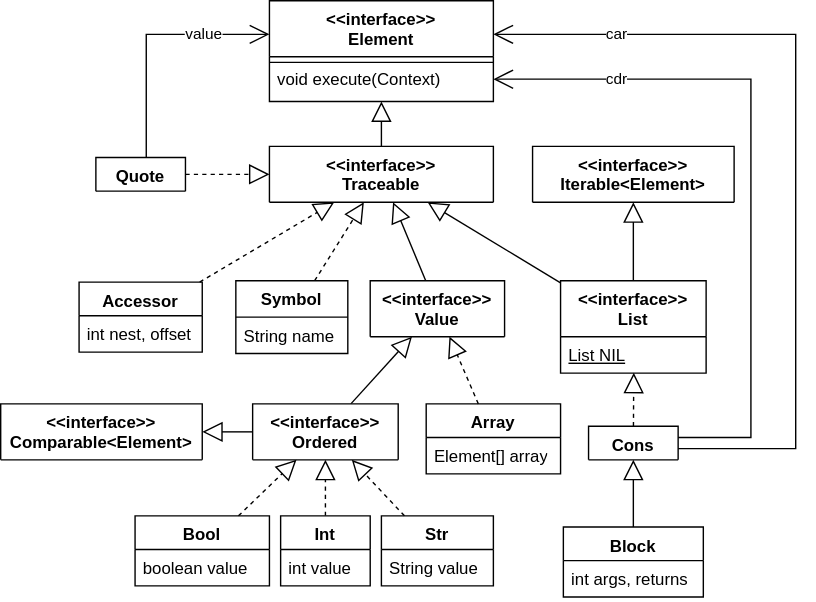
Above: doc/qstack-クラス図.drawio.svg in saka1029/qstack (draw.io), before the change. Source tidied: cells renumbered, new cells last; positions are measured from the earlier drawing's top-left corner, leaving out a move shared by most shapes. Its diagram source:
```xml
<mxGraphModel>
  <root>
    <mxCell id="0" />
    <mxCell id="1" parent="0" />
    <mxCell id="2" value="&lt;&lt;interface&gt;&gt;&#10;Element" style="swimlane;fontStyle=1;align=center;verticalAlign=top;horizontal=1;startSize=40;rounded=0;shadow=0;strokeWidth=1;" parent="1" vertex="1">
      <mxGeometry x="192" width="160" height="72" as="geometry" />
    </mxCell>
    <mxCell id="3" style="line;html=1;strokeWidth=1;align=left;verticalAlign=middle;spacingTop=-1;spacingLeft=3;spacingRight=3;labelPosition=right;" parent="2" vertex="1">
      <mxGeometry y="40" width="160" height="8" as="geometry" />
    </mxCell>
    <mxCell id="4" value="void execute(Context)" style="text;align=left;verticalAlign=middle;spacingLeft=4;spacingRight=4;overflow=hidden;" parent="2" vertex="1">
      <mxGeometry y="48" width="160" height="16" as="geometry" />
    </mxCell>
    <mxCell id="5" value="&lt;&lt;interface&gt;&gt;&#10;Traceable" style="swimlane;fontStyle=1;align=center;verticalAlign=top;horizontal=1;startSize=40;rounded=0;shadow=0;strokeWidth=1;" parent="1" vertex="1">
      <mxGeometry x="192" y="104" width="160" height="40" as="geometry" />
    </mxCell>
    <mxCell id="6" style="endArrow=block;endSize=12;endFill=0;html=1;rounded=0;" parent="1" edge="1" source="5" target="2">
      <mxGeometry x="-1" y="-11" relative="1" as="geometry">
        <mxPoint x="-4" y="6" as="offset" />
      </mxGeometry>
    </mxCell>
    <mxCell id="7" value="&amp;lt;&amp;lt;interface&amp;gt;&amp;gt;&lt;br&gt;Value" style="swimlane;fontStyle=1;align=center;verticalAlign=top;horizontal=1;startSize=48;whiteSpace=wrap;html=1;" parent="1" vertex="1">
      <mxGeometry x="264" y="200" width="96" height="40" as="geometry" />
    </mxCell>
    <mxCell id="8" value="Symbol" style="swimlane;fontStyle=1;align=center;verticalAlign=top;horizontal=1;startSize=26;whiteSpace=wrap;html=1;" parent="1" vertex="1">
      <mxGeometry x="168" y="200" width="80" height="52" as="geometry" />
    </mxCell>
    <mxCell id="9" value="String name" style="text;strokeColor=none;fillColor=none;align=left;verticalAlign=top;spacingLeft=4;spacingRight=4;overflow=hidden;whiteSpace=wrap;html=1;" parent="8" vertex="1">
      <mxGeometry y="26" width="80" height="26" as="geometry" />
    </mxCell>
    <mxCell id="10" style="endArrow=block;dashed=1;endFill=0;endSize=12;html=1;rounded=0;" parent="1" edge="1" source="8" target="5">
      <mxGeometry relative="1" as="geometry" />
    </mxCell>
    <mxCell id="11" value="Quote" style="swimlane;fontStyle=1;align=center;verticalAlign=top;horizontal=1;startSize=34;whiteSpace=wrap;html=1;" parent="1" vertex="1">
      <mxGeometry x="68" y="112" width="64" height="24" as="geometry" />
    </mxCell>
    <mxCell id="12" value="Array" style="swimlane;fontStyle=1;align=center;verticalAlign=top;horizontal=1;startSize=24;whiteSpace=wrap;html=1;" parent="1" vertex="1">
      <mxGeometry x="304" y="288" width="96" height="50" as="geometry" />
    </mxCell>
    <mxCell id="13" value="Element[] array" style="text;strokeColor=none;fillColor=none;align=left;verticalAlign=top;spacingLeft=4;spacingRight=4;overflow=hidden;whiteSpace=wrap;html=1;" parent="12" vertex="1">
      <mxGeometry y="24" width="96" height="26" as="geometry" />
    </mxCell>
    <mxCell id="14" value="Bool" style="swimlane;fontStyle=1;align=center;verticalAlign=top;horizontal=1;startSize=24;whiteSpace=wrap;html=1;" parent="1" vertex="1">
      <mxGeometry x="96" y="368" width="96" height="50" as="geometry" />
    </mxCell>
    <mxCell id="15" value="boolean value" style="text;strokeColor=none;fillColor=none;align=left;verticalAlign=top;spacingLeft=4;spacingRight=4;overflow=hidden;whiteSpace=wrap;html=1;" parent="14" vertex="1">
      <mxGeometry y="24" width="96" height="26" as="geometry" />
    </mxCell>
    <mxCell id="16" style="endArrow=block;endSize=12;endFill=0;html=1;rounded=0;" parent="1" edge="1" source="17" target="7">
      <mxGeometry x="-1" y="-11" relative="1" as="geometry">
        <mxPoint x="-4" y="6" as="offset" />
      </mxGeometry>
    </mxCell>
    <mxCell id="17" value="&lt;&lt;interface&gt;&gt;&#10;Ordered" style="swimlane;fontStyle=1;align=center;verticalAlign=top;horizontal=1;startSize=40;rounded=0;shadow=0;strokeWidth=1;" parent="1" vertex="1">
      <mxGeometry x="180" y="288" width="104" height="40" as="geometry" />
    </mxCell>
    <mxCell id="18" style="endArrow=block;dashed=1;endFill=0;endSize=12;html=1;rounded=0;" parent="1" edge="1" source="19" target="17">
      <mxGeometry relative="1" as="geometry" />
    </mxCell>
    <mxCell id="19" value="Int" style="swimlane;fontStyle=1;align=center;verticalAlign=top;horizontal=1;startSize=24;whiteSpace=wrap;html=1;" parent="1" vertex="1">
      <mxGeometry x="200" y="368" width="64" height="50" as="geometry" />
    </mxCell>
    <mxCell id="20" value="int value" style="text;strokeColor=none;fillColor=none;align=left;verticalAlign=top;spacingLeft=4;spacingRight=4;overflow=hidden;whiteSpace=wrap;html=1;" parent="19" vertex="1">
      <mxGeometry y="24" width="64" height="26" as="geometry" />
    </mxCell>
    <mxCell id="21" value="Str" style="swimlane;fontStyle=1;align=center;verticalAlign=top;horizontal=1;startSize=24;whiteSpace=wrap;html=1;" parent="1" vertex="1">
      <mxGeometry x="272" y="368" width="80" height="50" as="geometry" />
    </mxCell>
    <mxCell id="22" value="String value" style="text;strokeColor=none;fillColor=none;align=left;verticalAlign=top;spacingLeft=4;spacingRight=4;overflow=hidden;whiteSpace=wrap;html=1;" parent="21" vertex="1">
      <mxGeometry y="24" width="80" height="26" as="geometry" />
    </mxCell>
    <mxCell id="23" style="endArrow=block;endSize=12;endFill=0;html=1;rounded=0;" parent="1" edge="1" source="7" target="5">
      <mxGeometry x="-1" y="-11" relative="1" as="geometry">
        <mxPoint x="-4" y="6" as="offset" />
      </mxGeometry>
    </mxCell>
    <mxCell id="24" style="endArrow=block;dashed=1;endFill=0;endSize=12;html=1;rounded=0;" parent="1" edge="1" source="12" target="7">
      <mxGeometry relative="1" as="geometry" />
    </mxCell>
    <mxCell id="25" style="endArrow=block;dashed=1;endFill=0;endSize=12;html=1;rounded=0;" parent="1" edge="1" source="11" target="5">
      <mxGeometry relative="1" as="geometry" />
    </mxCell>
    <mxCell id="26" style="endArrow=block;dashed=1;endFill=0;endSize=12;html=1;rounded=0;" parent="1" edge="1" source="14" target="17">
      <mxGeometry relative="1" as="geometry" />
    </mxCell>
    <mxCell id="27" style="endArrow=block;dashed=1;endFill=0;endSize=12;html=1;rounded=0;" parent="1" edge="1" source="21" target="17">
      <mxGeometry relative="1" as="geometry" />
    </mxCell>
    <mxCell id="28" value="value" style="endArrow=open;html=1;endSize=12;startArrow=none;startSize=14;startFill=0;edgeStyle=orthogonalEdgeStyle;rounded=0;" parent="1" edge="1" source="11" target="2">
      <mxGeometry x="0.46" relative="1" as="geometry">
        <Array as="points">
          <mxPoint x="104" y="24" />
        </Array>
      </mxGeometry>
    </mxCell>
    <mxCell id="29" value="&lt;&lt;interface&gt;&gt;&#10;List" style="swimlane;fontStyle=1;align=center;verticalAlign=top;horizontal=1;startSize=40;rounded=0;shadow=0;strokeWidth=1;" parent="1" vertex="1">
      <mxGeometry x="400" y="200" width="104" height="66" as="geometry" />
    </mxCell>
    <mxCell id="30" value="&lt;u&gt;List NIL&lt;/u&gt;" style="text;strokeColor=none;fillColor=none;align=left;verticalAlign=top;spacingLeft=4;spacingRight=4;overflow=hidden;points=[[0,0.5],[1,0.5]];portConstraint=eastwest;whiteSpace=wrap;html=1;" parent="29" vertex="1">
      <mxGeometry y="40" width="104" height="26" as="geometry" />
    </mxCell>
    <mxCell id="31" style="endArrow=block;endSize=12;endFill=0;html=1;rounded=0;" parent="1" edge="1" source="29" target="5">
      <mxGeometry x="-1" y="-11" relative="1" as="geometry">
        <mxPoint x="-4" y="6" as="offset" />
      </mxGeometry>
    </mxCell>
    <mxCell id="32" value="Cons" style="swimlane;fontStyle=1;align=center;verticalAlign=top;horizontal=1;startSize=34;whiteSpace=wrap;html=1;" parent="1" vertex="1">
      <mxGeometry x="420" y="304" width="64" height="24" as="geometry" />
    </mxCell>
    <mxCell id="33" style="endArrow=block;dashed=1;endFill=0;endSize=12;html=1;rounded=0;entryX=0.503;entryY=0.994;entryDx=0;entryDy=0;entryPerimeter=0;" parent="1" edge="1" source="32" target="30">
      <mxGeometry relative="1" as="geometry" />
    </mxCell>
    <mxCell id="34" value="cdr" style="endArrow=open;html=1;endSize=12;startArrow=none;startSize=14;startFill=0;edgeStyle=orthogonalEdgeStyle;rounded=0;" parent="1" edge="1" source="32" target="2">
      <mxGeometry x="0.64" relative="1" as="geometry">
        <Array as="points">
          <mxPoint x="536" y="312" />
          <mxPoint x="536" y="56" />
        </Array>
      </mxGeometry>
    </mxCell>
    <mxCell id="35" value="car" style="endArrow=open;html=1;endSize=12;startArrow=none;startSize=14;startFill=0;edgeStyle=orthogonalEdgeStyle;rounded=0;" parent="1" edge="1" source="32" target="2">
      <mxGeometry x="0.7" relative="1" as="geometry">
        <Array as="points">
          <mxPoint x="568" y="320" />
          <mxPoint x="568" y="24" />
        </Array>
      </mxGeometry>
    </mxCell>
    <mxCell id="36" value="Block" style="swimlane;fontStyle=1;align=center;verticalAlign=top;horizontal=1;startSize=24;whiteSpace=wrap;html=1;" parent="1" vertex="1">
      <mxGeometry x="402" y="376" width="100" height="50" as="geometry" />
    </mxCell>
    <mxCell id="37" value="int args, returns" style="text;strokeColor=none;fillColor=none;align=left;verticalAlign=top;spacingLeft=4;spacingRight=4;overflow=hidden;whiteSpace=wrap;html=1;" parent="36" vertex="1">
      <mxGeometry y="24" width="100" height="26" as="geometry" />
    </mxCell>
    <mxCell id="38" style="endArrow=block;endSize=12;endFill=0;html=1;rounded=0;" parent="1" edge="1" source="36" target="32">
      <mxGeometry x="-1" y="-11" relative="1" as="geometry">
        <mxPoint x="-4" y="6" as="offset" />
      </mxGeometry>
    </mxCell>
    <mxCell id="39" value="&lt;&lt;interface&gt;&gt;&#10;Iterable&lt;Element&gt;" style="swimlane;fontStyle=1;align=center;verticalAlign=top;horizontal=1;startSize=40;rounded=0;shadow=0;strokeWidth=1;" parent="1" vertex="1">
      <mxGeometry x="380" y="104" width="144" height="40" as="geometry" />
    </mxCell>
    <mxCell id="40" style="endArrow=block;endSize=12;endFill=0;html=1;rounded=0;" parent="1" edge="1" source="29" target="39">
      <mxGeometry x="-1" y="-11" relative="1" as="geometry">
        <mxPoint x="-4" y="6" as="offset" />
      </mxGeometry>
    </mxCell>
    <mxCell id="41" value="&lt;&lt;interface&gt;&gt;&#10;Comparable&lt;Element&gt;" style="swimlane;fontStyle=1;align=center;verticalAlign=top;horizontal=1;startSize=40;rounded=0;shadow=0;strokeWidth=1;" parent="1" vertex="1">
      <mxGeometry y="288" width="144" height="40" as="geometry" />
    </mxCell>
    <mxCell id="42" style="endArrow=block;endSize=12;endFill=0;html=1;rounded=0;entryX=1;entryY=0.5;entryDx=0;entryDy=0;" parent="1" edge="1" source="17" target="41">
      <mxGeometry x="-1" y="-11" relative="1" as="geometry">
        <mxPoint x="-4" y="6" as="offset" />
      </mxGeometry>
    </mxCell>
    <mxCell id="43" value="Accessor" style="swimlane;fontStyle=1;align=center;verticalAlign=top;horizontal=1;startSize=24;whiteSpace=wrap;html=1;" parent="1" vertex="1">
      <mxGeometry x="56" y="201" width="88" height="50" as="geometry" />
    </mxCell>
    <mxCell id="44" value="int nest, offset" style="text;strokeColor=none;fillColor=none;align=left;verticalAlign=top;spacingLeft=4;spacingRight=4;overflow=hidden;whiteSpace=wrap;html=1;" parent="43" vertex="1">
      <mxGeometry y="24" width="88" height="26" as="geometry" />
    </mxCell>
    <mxCell id="45" style="endArrow=block;dashed=1;endFill=0;endSize=12;html=1;rounded=0;" parent="1" edge="1" source="43" target="5">
      <mxGeometry relative="1" as="geometry" />
    </mxCell>
  </root>
</mxGraphModel>
```
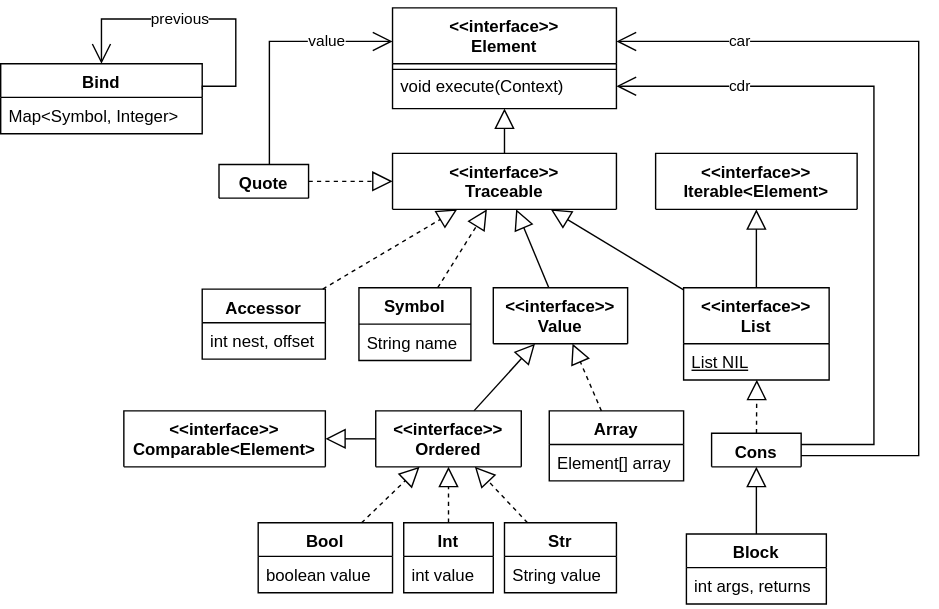
The same diagram one commit later.

The edit, as a diff of the source:
```diff
@@ -162,5 +162,21 @@
     <mxCell id="45" style="endArrow=block;dashed=1;endFill=0;endSize=12;html=1;rounded=0;" parent="1" edge="1" source="43" target="5">
       <mxGeometry relative="1" as="geometry" />
     </mxCell>
+    <mxCell id="46" value="Bind" style="swimlane;fontStyle=1;align=center;verticalAlign=top;horizontal=1;startSize=24;whiteSpace=wrap;html=1;" parent="1" vertex="1">
+      <mxGeometry x="-88" y="40" width="144" height="50" as="geometry" />
+    </mxCell>
+    <mxCell id="47" value="Map&amp;lt;Symbol, Integer&amp;gt;" style="text;strokeColor=none;fillColor=none;align=left;verticalAlign=top;spacingLeft=4;spacingRight=4;overflow=hidden;whiteSpace=wrap;html=1;" parent="46" vertex="1">
+      <mxGeometry y="24" width="144" height="26" as="geometry" />
+    </mxCell>
+    <mxCell id="48" value="previous" style="endArrow=open;html=1;endSize=12;startArrow=none;startSize=14;startFill=0;edgeStyle=orthogonalEdgeStyle;rounded=0;exitX=1.001;exitY=0.371;exitDx=0;exitDy=0;exitPerimeter=0;entryX=0.5;entryY=0;entryDx=0;entryDy=0;" parent="1" edge="1" source="46" target="46">
+      <mxGeometry x="0.13" relative="1" as="geometry">
+        <Array as="points">
+          <mxPoint x="56" y="56" />
+          <mxPoint x="80" y="56" />
+          <mxPoint x="80" y="8" />
+          <mxPoint x="-16" y="8" />
+        </Array>
+      </mxGeometry>
+    </mxCell>
   </root>
 </mxGraphModel>
```
